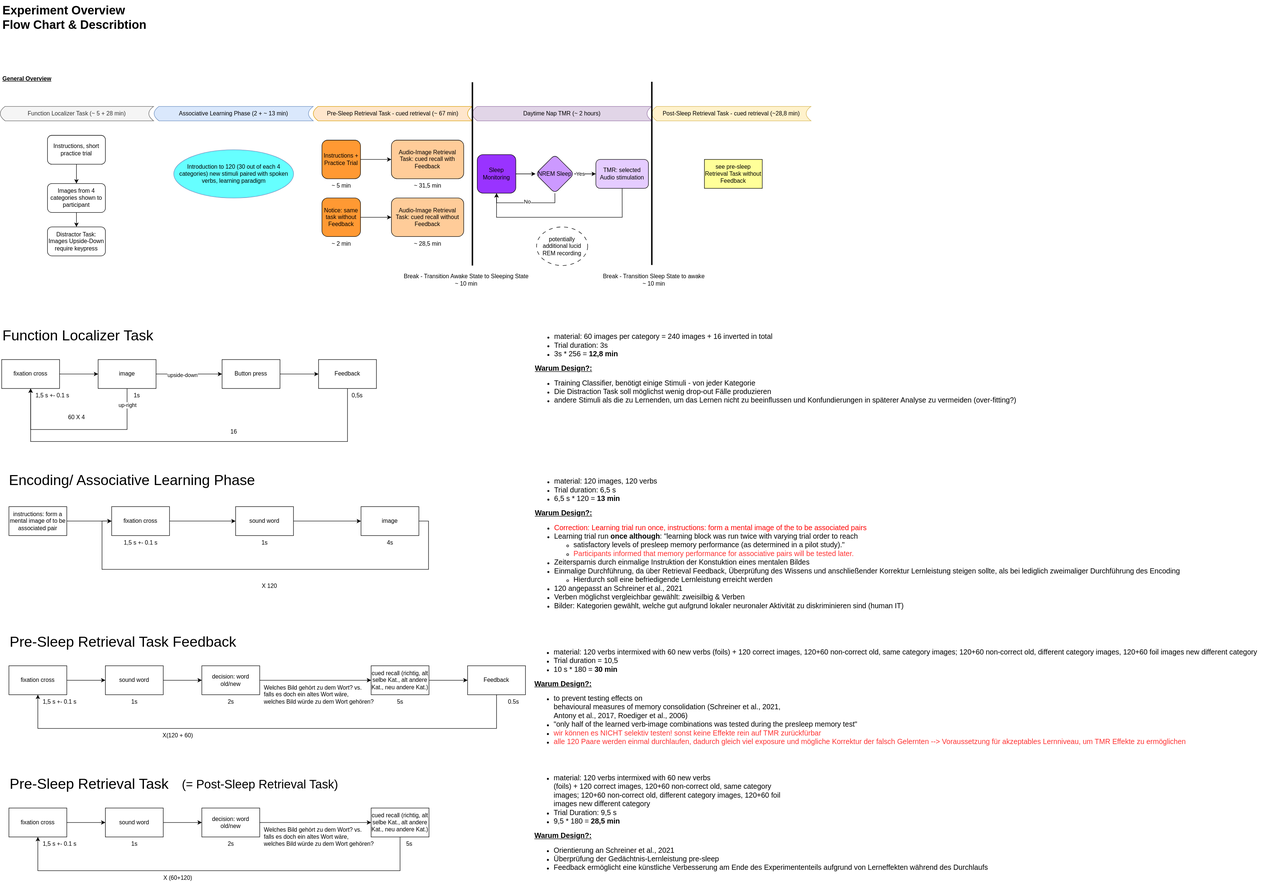
CIMH-Clinical-Psychology/EMS-TMR-Experiment keeps this draw.io diagram as EMS_TMR experiment flowchart.svg. Above is the earlier version. Source tidied: cells renumbered, new cells last; positions are measured from the earlier drawing's top-left corner, leaving out a move shared by most shapes.
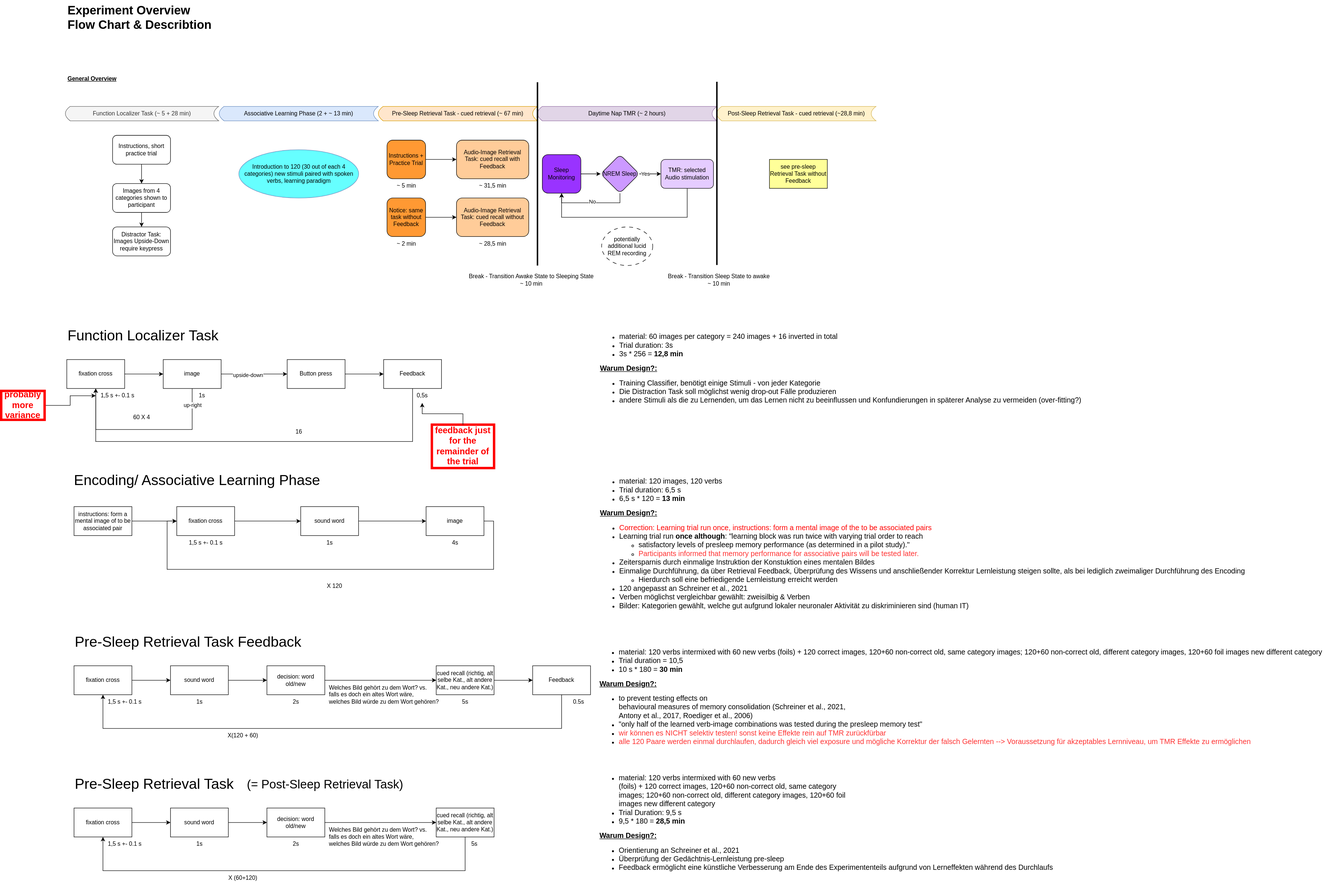
The same diagram one commit later.

What changed in the source:
```diff
@@ -363,5 +363,17 @@
     <mxCell id="108" value="16" style="text;html=1;align=center;verticalAlign=middle;strokeColor=none;fillColor=none;" parent="1" vertex="1">
       <mxGeometry x="464" y="880" width="40" height="30" as="geometry" />
     </mxCell>
+    <mxCell id="109" style="edgeStyle=orthogonalEdgeStyle;rounded=0;jettySize=auto;html=1;exitX=1;exitY=0.5;exitDx=0;exitDy=0;" parent="1" edge="1" source="110" target="65">
+      <mxGeometry relative="1" as="geometry" />
+    </mxCell>
+    <mxCell id="110" value="probably more variance" style="text;html=1;align=center;verticalAlign=middle;whiteSpace=wrap;rounded=0;fontStyle=1;fontColor=#FF0000;fontSize=18;strokeColor=#FF0000;strokeWidth=5;" parent="1" vertex="1">
+      <mxGeometry x="-133" y="810" width="90" height="60" as="geometry" />
+    </mxCell>
+    <mxCell id="111" value="feedback just for the remainder of the trial" style="text;html=1;align=center;verticalAlign=middle;whiteSpace=wrap;rounded=0;fontStyle=1;fontColor=#FF0000;fontSize=18;strokeColor=#FF0000;strokeWidth=5;" parent="1" vertex="1">
+      <mxGeometry x="760" y="880" width="129" height="90" as="geometry" />
+    </mxCell>
+    <mxCell id="112" style="edgeStyle=orthogonalEdgeStyle;rounded=0;jettySize=auto;html=1;exitX=0.5;exitY=0;exitDx=0;exitDy=0;entryX=0.5;entryY=1;entryDx=0;entryDy=0;entryPerimeter=0;" parent="1" edge="1" source="111" target="99">
+      <mxGeometry relative="1" as="geometry" />
+    </mxCell>
   </root>
 </mxGraphModel>
```
